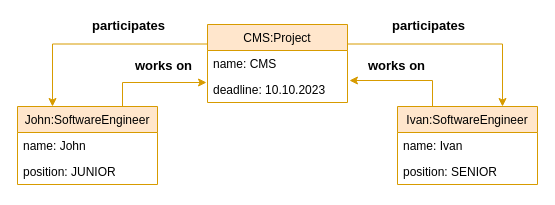
This is assets/concept/management_system_instance_snippet.drawio from AntonSk98/User-driven-constraint-modelling-for-entity-models-at-runtime, a draw.io file, before an edit. Source tidied: cells renumbered, new cells numbered last; positions are measured from the earlier drawing's top-left corner, leaving out a move shared by most shapes. Both pictures are drawn from the tidied source at 100%, with x=0, y=0 at pixel (17, 24).
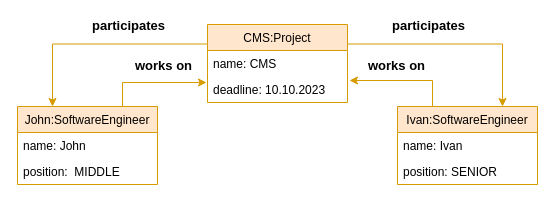
Above is the later version.

Unchanged cells that the change refers to:
```xml
<mxCell id="9" value="John:SoftwareEngineer" style="swimlane;fontStyle=0;horizontal=1;startSize=26;fillColor=#ffe6cc;strokeColor=#d79b00;" parent="1" vertex="1">
  <mxGeometry y="82" width="140" height="78" as="geometry" />
</mxCell>
```

The edit, as a diff of the source:
```diff
@@
-    <mxCell id="11" value="position: JUNIOR" style="text;strokeColor=none;fillColor=none;align=left;verticalAlign=top;spacingLeft=4;spacingRight=4;overflow=hidden;" parent="9" vertex="1">
+    <mxCell id="11" value="position:  MIDDLE" style="text;strokeColor=none;fillColor=none;align=left;verticalAlign=top;spacingLeft=4;spacingRight=4;overflow=hidden;fontColor=#000000;" parent="9" vertex="1">
       <mxGeometry y="52" width="140" height="26" as="geometry" />
     </mxCell>
```
